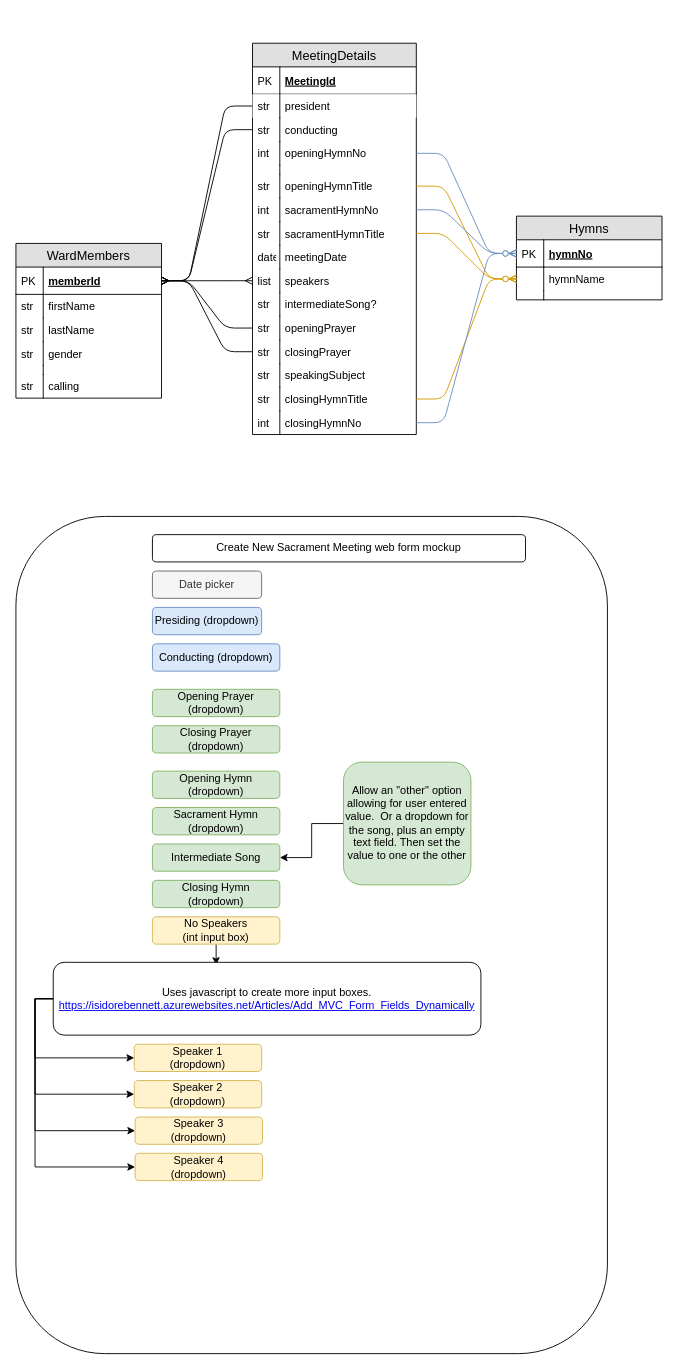
Before: Possible Table Diagram.drawio in Mosher-Scott/SacramentPlanner, a draw.io diagram. Source tidied: cells renumbered, new cells numbered last; positions are measured from the earlier drawing's top-left corner, leaving out a move shared by most shapes. Both pictures are drawn from the tidied source at 91%, with x=0, y=0 at pixel (15, 43).
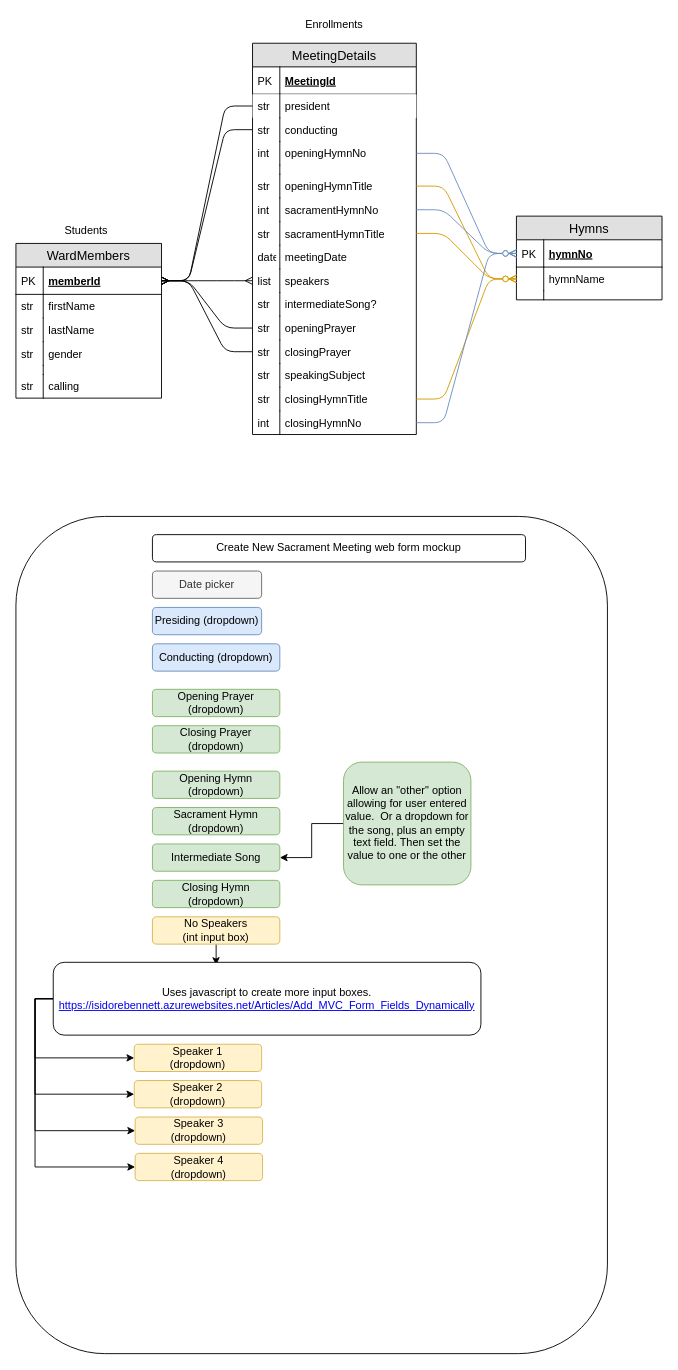
After the change.

Diff of the diagram source:
```diff
@@
+    <mxCell id="91" value="Enrollments" style="text;html=1;strokeColor=none;fillColor=none;align=center;verticalAlign=middle;whiteSpace=wrap;rounded=0;" parent="1" vertex="1">
+      <mxGeometry x="330" y="-30" width="40" height="20" as="geometry" />
+    </mxCell>
+    <mxCell id="92" value="Students" style="text;html=1;align=center;verticalAlign=middle;" parent="1" vertex="1">
+      <mxGeometry x="47" y="196" width="60" height="20" as="geometry" />
+    </mxCell>
```
